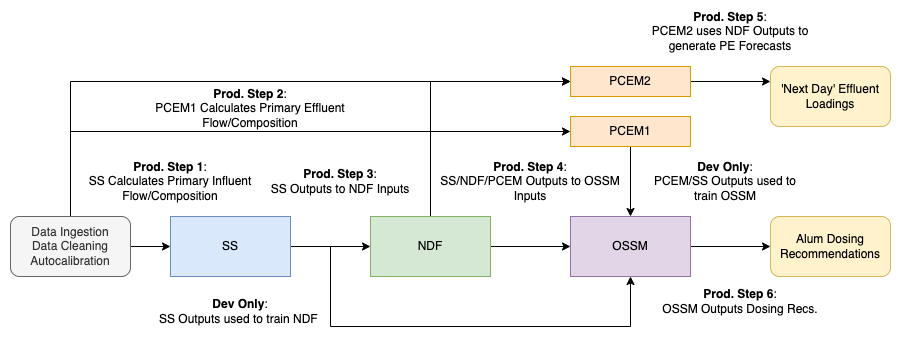
Before: figs/CWSODIN.drawio.png, a diagram exported from draw.io (maia-analytica/WRF-ODIN-CWS-Eval). Source tidied: cells renumbered, new cells last; positions are measured from the earlier drawing's top-left corner, leaving out a move shared by most shapes. Its diagram source:
```xml
<mxGraphModel>
  <root>
    <mxCell id="0" />
    <mxCell id="1" parent="0" />
    <mxCell id="2" style="edgeStyle=orthogonalEdgeStyle;rounded=0;jettySize=auto;html=1;" parent="1" edge="1" source="5" target="8">
      <mxGeometry relative="1" as="geometry" />
    </mxCell>
    <mxCell id="3" style="edgeStyle=orthogonalEdgeStyle;rounded=0;jettySize=auto;html=1;entryX=0;entryY=0.5;entryDx=0;entryDy=0;" parent="1" edge="1" source="5" target="16">
      <mxGeometry relative="1" as="geometry">
        <Array as="points">
          <mxPoint x="60" y="115" />
        </Array>
      </mxGeometry>
    </mxCell>
    <mxCell id="4" style="edgeStyle=orthogonalEdgeStyle;rounded=0;jettySize=auto;html=1;entryX=0;entryY=0.5;entryDx=0;entryDy=0;" parent="1" edge="1" source="5" target="27">
      <mxGeometry relative="1" as="geometry">
        <Array as="points">
          <mxPoint x="60" y="65" />
        </Array>
      </mxGeometry>
    </mxCell>
    <mxCell id="5" value="Data Ingestion&lt;br&gt;Data Cleaning&lt;br&gt;Autocalibration" style="rounded=1;whiteSpace=wrap;html=1;fillColor=#f5f5f5;fontColor=#333333;strokeColor=#666666;" parent="1" vertex="1">
      <mxGeometry y="200" width="120" height="60" as="geometry" />
    </mxCell>
    <mxCell id="6" style="edgeStyle=orthogonalEdgeStyle;rounded=0;jettySize=auto;html=1;entryX=0;entryY=0.5;entryDx=0;entryDy=0;" parent="1" edge="1" source="8" target="11">
      <mxGeometry relative="1" as="geometry" />
    </mxCell>
    <mxCell id="7" style="edgeStyle=orthogonalEdgeStyle;rounded=0;jettySize=auto;html=1;entryX=0.5;entryY=1;entryDx=0;entryDy=0;" parent="1" edge="1" target="13">
      <mxGeometry relative="1" as="geometry">
        <mxPoint x="320" y="230" as="sourcePoint" />
        <Array as="points">
          <mxPoint x="320" y="310" />
          <mxPoint x="620" y="310" />
        </Array>
      </mxGeometry>
    </mxCell>
    <mxCell id="8" value="SS" style="rounded=0;whiteSpace=wrap;html=1;fillColor=#dae8fc;strokeColor=#6c8ebf;" parent="1" vertex="1">
      <mxGeometry x="160" y="200" width="120" height="60" as="geometry" />
    </mxCell>
    <mxCell id="9" style="edgeStyle=orthogonalEdgeStyle;rounded=0;jettySize=auto;html=1;entryX=0;entryY=0.5;entryDx=0;entryDy=0;" parent="1" edge="1" source="11" target="13">
      <mxGeometry relative="1" as="geometry" />
    </mxCell>
    <mxCell id="10" style="edgeStyle=orthogonalEdgeStyle;rounded=0;jettySize=auto;html=1;entryX=0;entryY=0.5;entryDx=0;entryDy=0;" parent="1" edge="1" source="11" target="27">
      <mxGeometry relative="1" as="geometry">
        <Array as="points">
          <mxPoint x="420" y="65" />
        </Array>
      </mxGeometry>
    </mxCell>
    <mxCell id="11" value="NDF" style="rounded=0;whiteSpace=wrap;html=1;fillColor=#d5e8d4;strokeColor=#82b366;" parent="1" vertex="1">
      <mxGeometry x="360" y="200" width="120" height="60" as="geometry" />
    </mxCell>
    <mxCell id="12" style="edgeStyle=orthogonalEdgeStyle;rounded=0;jettySize=auto;html=1;entryX=0;entryY=0.5;entryDx=0;entryDy=0;" parent="1" edge="1" source="13" target="14">
      <mxGeometry relative="1" as="geometry" />
    </mxCell>
    <mxCell id="13" value="OSSM" style="rounded=0;whiteSpace=wrap;html=1;fillColor=#e1d5e7;strokeColor=#9673a6;" parent="1" vertex="1">
      <mxGeometry x="560" y="200" width="120" height="60" as="geometry" />
    </mxCell>
    <mxCell id="14" value="Alum Dosing Recommendations" style="rounded=1;whiteSpace=wrap;html=1;fillColor=#fff2cc;strokeColor=#d6b656;" parent="1" vertex="1">
      <mxGeometry x="760" y="200" width="120" height="60" as="geometry" />
    </mxCell>
    <mxCell id="15" style="edgeStyle=orthogonalEdgeStyle;rounded=0;jettySize=auto;html=1;entryX=0.5;entryY=0;entryDx=0;entryDy=0;" parent="1" edge="1" source="16" target="13">
      <mxGeometry relative="1" as="geometry" />
    </mxCell>
    <mxCell id="16" value="PCEM1" style="rounded=0;whiteSpace=wrap;html=1;fillColor=#ffe6cc;strokeColor=#d79b00;" parent="1" vertex="1">
      <mxGeometry x="560" y="100" width="120" height="30" as="geometry" />
    </mxCell>
    <mxCell id="17" value="'Next Day' Effluent Loadings" style="rounded=1;whiteSpace=wrap;html=1;fillColor=#fff2cc;strokeColor=#d6b656;" parent="1" vertex="1">
      <mxGeometry x="760" y="50" width="120" height="60" as="geometry" />
    </mxCell>
    <mxCell id="18" value="&lt;b&gt;Prod. Step 3&lt;/b&gt;: &lt;br&gt;SS Outputs to NDF Inputs" style="text;html=1;strokeColor=none;fillColor=none;align=center;verticalAlign=middle;whiteSpace=wrap;rounded=0;" parent="1" vertex="1">
      <mxGeometry x="230" y="150" width="200" height="30" as="geometry" />
    </mxCell>
    <mxCell id="19" value="&lt;b&gt;Dev Only&lt;/b&gt;: &lt;br&gt;SS Outputs used to train NDF&amp;nbsp;" style="text;html=1;strokeColor=none;fillColor=none;align=center;verticalAlign=middle;whiteSpace=wrap;rounded=0;" parent="1" vertex="1">
      <mxGeometry x="130" y="280" width="200" height="30" as="geometry" />
    </mxCell>
    <mxCell id="20" value="&lt;b&gt;Prod. Step 4&lt;/b&gt;: &lt;br&gt;SS/NDF/PCEM Outputs to OSSM Inputs" style="text;html=1;strokeColor=none;fillColor=none;align=center;verticalAlign=middle;whiteSpace=wrap;rounded=0;" parent="1" vertex="1">
      <mxGeometry x="420" y="150" width="200" height="30" as="geometry" />
    </mxCell>
    <mxCell id="21" value="&lt;b&gt;Prod. Step 1&lt;/b&gt;: &lt;br&gt;SS Calculates Primary Influent Flow/Composition" style="text;html=1;strokeColor=none;fillColor=none;align=center;verticalAlign=middle;whiteSpace=wrap;rounded=0;" parent="1" vertex="1">
      <mxGeometry x="60" y="150" width="200" height="30" as="geometry" />
    </mxCell>
    <mxCell id="22" value="&lt;b&gt;Prod. Step 2&lt;/b&gt;: &lt;br&gt;PCEM1 Calculates Primary Effluent Flow/Composition" style="text;html=1;strokeColor=none;fillColor=none;align=center;verticalAlign=middle;whiteSpace=wrap;rounded=0;" parent="1" vertex="1">
      <mxGeometry x="140" y="77" width="200" height="30" as="geometry" />
    </mxCell>
    <mxCell id="23" value="&lt;b&gt;Prod. Step 6&lt;/b&gt;: &lt;br&gt;OSSM Outputs Dosing Recs." style="text;html=1;strokeColor=none;fillColor=none;align=center;verticalAlign=middle;whiteSpace=wrap;rounded=0;" parent="1" vertex="1">
      <mxGeometry x="630" y="270" width="200" height="30" as="geometry" />
    </mxCell>
    <mxCell id="24" value="&lt;b&gt;Prod. Step 5&lt;/b&gt;: &lt;br&gt;PCEM2 uses NDF Outputs to generate PE Forecasts" style="text;html=1;strokeColor=none;fillColor=none;align=center;verticalAlign=middle;whiteSpace=wrap;rounded=0;" parent="1" vertex="1">
      <mxGeometry x="620" width="200" height="30" as="geometry" />
    </mxCell>
    <mxCell id="25" value="&lt;b&gt;Dev Only&lt;/b&gt;: &lt;br&gt;PCEM/SS Outputs used to train OSSM" style="text;html=1;strokeColor=none;fillColor=none;align=center;verticalAlign=middle;whiteSpace=wrap;rounded=0;" parent="1" vertex="1">
      <mxGeometry x="640" y="150" width="150" height="30" as="geometry" />
    </mxCell>
    <mxCell id="26" style="edgeStyle=orthogonalEdgeStyle;rounded=0;jettySize=auto;html=1;entryX=0;entryY=0.25;entryDx=0;entryDy=0;" parent="1" edge="1" source="27" target="17">
      <mxGeometry relative="1" as="geometry" />
    </mxCell>
    <mxCell id="27" value="PCEM2" style="rounded=0;whiteSpace=wrap;html=1;fillColor=#ffe6cc;strokeColor=#d79b00;" parent="1" vertex="1">
      <mxGeometry x="560" y="50" width="120" height="30" as="geometry" />
    </mxCell>
  </root>
</mxGraphModel>
```
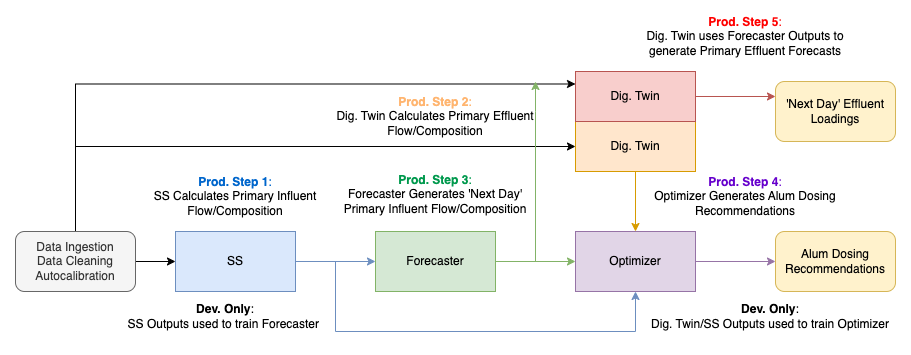
Later version of the same file.

Diff of the diagram source:
```diff
@@ -2,7 +2,7 @@
   <root>
     <mxCell id="0" />
     <mxCell id="1" parent="0" />
-    <mxCell id="2" style="edgeStyle=orthogonalEdgeStyle;rounded=0;jettySize=auto;html=1;" parent="1" edge="1" source="5" target="8">
+    <mxCell id="2" style="edgeStyle=orthogonalEdgeStyle;rounded=0;jettySize=auto;html=1;fillColor=#dae8fc;strokeColor=#000000;" parent="1" edge="1" source="5" target="8">
       <mxGeometry relative="1" as="geometry" />
     </mxCell>
     <mxCell id="3" style="edgeStyle=orthogonalEdgeStyle;rounded=0;jettySize=auto;html=1;entryX=0;entryY=0.5;entryDx=0;entryDy=0;" parent="1" edge="1" source="5" target="16">
@@ -12,91 +12,90 @@
         </Array>
       </mxGeometry>
     </mxCell>
-    <mxCell id="4" style="edgeStyle=orthogonalEdgeStyle;rounded=0;jettySize=auto;html=1;entryX=0;entryY=0.5;entryDx=0;entryDy=0;" parent="1" edge="1" source="5" target="27">
+    <mxCell id="4" style="edgeStyle=orthogonalEdgeStyle;rounded=0;jettySize=auto;html=1;entryX=0;entryY=0.25;entryDx=0;entryDy=0;" parent="1" edge="1" source="5" target="27">
       <mxGeometry relative="1" as="geometry">
         <Array as="points">
-          <mxPoint x="60" y="65" />
+          <mxPoint x="60" y="53" />
         </Array>
       </mxGeometry>
     </mxCell>
     <mxCell id="5" value="Data Ingestion&lt;br&gt;Data Cleaning&lt;br&gt;Autocalibration" style="rounded=1;whiteSpace=wrap;html=1;fillColor=#f5f5f5;fontColor=#333333;strokeColor=#666666;" parent="1" vertex="1">
       <mxGeometry y="200" width="120" height="60" as="geometry" />
     </mxCell>
-    <mxCell id="6" style="edgeStyle=orthogonalEdgeStyle;rounded=0;jettySize=auto;html=1;entryX=0;entryY=0.5;entryDx=0;entryDy=0;" parent="1" edge="1" source="8" target="11">
+    <mxCell id="6" style="edgeStyle=orthogonalEdgeStyle;rounded=0;jettySize=auto;html=1;entryX=0;entryY=0.5;entryDx=0;entryDy=0;fillColor=#dae8fc;strokeColor=#6c8ebf;" parent="1" edge="1" source="8" target="11">
       <mxGeometry relative="1" as="geometry" />
     </mxCell>
-    <mxCell id="7" style="edgeStyle=orthogonalEdgeStyle;rounded=0;jettySize=auto;html=1;entryX=0.5;entryY=1;entryDx=0;entryDy=0;" parent="1" edge="1" target="13">
+    <mxCell id="7" style="edgeStyle=orthogonalEdgeStyle;rounded=0;jettySize=auto;html=1;entryX=0.5;entryY=1;entryDx=0;entryDy=0;fillColor=#dae8fc;strokeColor=#6c8ebf;" parent="1" edge="1" target="13">
       <mxGeometry relative="1" as="geometry">
         <mxPoint x="320" y="230" as="sourcePoint" />
         <Array as="points">
-          <mxPoint x="320" y="310" />
-          <mxPoint x="620" y="310" />
+          <mxPoint x="320" y="300" />
+          <mxPoint x="620" y="300" />
         </Array>
       </mxGeometry>
     </mxCell>
     <mxCell id="8" value="SS" style="rounded=0;whiteSpace=wrap;html=1;fillColor=#dae8fc;strokeColor=#6c8ebf;" parent="1" vertex="1">
       <mxGeometry x="160" y="200" width="120" height="60" as="geometry" />
     </mxCell>
-    <mxCell id="9" style="edgeStyle=orthogonalEdgeStyle;rounded=0;jettySize=auto;html=1;entryX=0;entryY=0.5;entryDx=0;entryDy=0;" parent="1" edge="1" source="11" target="13">
+    <mxCell id="9" style="edgeStyle=orthogonalEdgeStyle;rounded=0;jettySize=auto;html=1;entryX=0;entryY=0.5;entryDx=0;entryDy=0;fillColor=#d5e8d4;strokeColor=#82b366;" parent="1" edge="1" source="11" target="13">
       <mxGeometry relative="1" as="geometry" />
     </mxCell>
-    <mxCell id="10" style="edgeStyle=orthogonalEdgeStyle;rounded=0;jettySize=auto;html=1;entryX=0;entryY=0.5;entryDx=0;entryDy=0;" parent="1" edge="1" source="11" target="27">
-      <mxGeometry relative="1" as="geometry">
-        <Array as="points">
-          <mxPoint x="420" y="65" />
-        </Array>
-      </mxGeometry>
-    </mxCell>
+    <mxCell id="28" style="edgeStyle=orthogonalEdgeStyle;rounded=0;orthogonalLoop=1;jettySize=auto;html=1;fillColor=#d5e8d4;strokeColor=#82b366;" parent="1" edge="1">
+      <mxGeometry relative="1" as="geometry">
+        <mxPoint x="520" y="230" as="sourcePoint" />
+        <mxPoint x="520" y="50" as="targetPoint" />
+        <Array as="points">
+          <mxPoint x="520" y="80" />
+        </Array>
+      </mxGeometry>
+    </mxCell>
-    <mxCell id="11" value="NDF" style="rounded=0;whiteSpace=wrap;html=1;fillColor=#d5e8d4;strokeColor=#82b366;" parent="1" vertex="1">
+    <mxCell id="11" value="Forecaster" style="rounded=0;whiteSpace=wrap;html=1;fillColor=#d5e8d4;strokeColor=#82b366;" parent="1" vertex="1">
       <mxGeometry x="360" y="200" width="120" height="60" as="geometry" />
     </mxCell>
-    <mxCell id="12" style="edgeStyle=orthogonalEdgeStyle;rounded=0;jettySize=auto;html=1;entryX=0;entryY=0.5;entryDx=0;entryDy=0;" parent="1" edge="1" source="13" target="14">
+    <mxCell id="12" style="edgeStyle=orthogonalEdgeStyle;rounded=0;jettySize=auto;html=1;entryX=0;entryY=0.5;entryDx=0;entryDy=0;fillColor=#e1d5e7;strokeColor=#9673a6;" parent="1" edge="1" source="13" target="14">
       <mxGeometry relative="1" as="geometry" />
     </mxCell>
-    <mxCell id="13" value="OSSM" style="rounded=0;whiteSpace=wrap;html=1;fillColor=#e1d5e7;strokeColor=#9673a6;" parent="1" vertex="1">
+    <mxCell id="13" value="Optimizer" style="rounded=0;whiteSpace=wrap;html=1;fillColor=#e1d5e7;strokeColor=#9673a6;" parent="1" vertex="1">
       <mxGeometry x="560" y="200" width="120" height="60" as="geometry" />
     </mxCell>
     <mxCell id="14" value="Alum Dosing Recommendations" style="rounded=1;whiteSpace=wrap;html=1;fillColor=#fff2cc;strokeColor=#d6b656;" parent="1" vertex="1">
       <mxGeometry x="760" y="200" width="120" height="60" as="geometry" />
     </mxCell>
-    <mxCell id="15" style="edgeStyle=orthogonalEdgeStyle;rounded=0;jettySize=auto;html=1;entryX=0.5;entryY=0;entryDx=0;entryDy=0;" parent="1" edge="1" source="16" target="13">
+    <mxCell id="15" style="edgeStyle=orthogonalEdgeStyle;rounded=0;jettySize=auto;html=1;entryX=0.5;entryY=0;entryDx=0;entryDy=0;fillColor=#ffe6cc;strokeColor=#d79b00;" parent="1" edge="1" source="16" target="13">
       <mxGeometry relative="1" as="geometry" />
     </mxCell>
-    <mxCell id="16" value="PCEM1" style="rounded=0;whiteSpace=wrap;html=1;fillColor=#ffe6cc;strokeColor=#d79b00;" parent="1" vertex="1">
-      <mxGeometry x="560" y="100" width="120" height="30" as="geometry" />
+    <mxCell id="16" value="Dig. Twin" style="rounded=0;whiteSpace=wrap;html=1;fillColor=#ffe6cc;strokeColor=#d79b00;" parent="1" vertex="1">
+      <mxGeometry x="560" y="90" width="120" height="50" as="geometry" />
     </mxCell>
     <mxCell id="17" value="'Next Day' Effluent Loadings" style="rounded=1;whiteSpace=wrap;html=1;fillColor=#fff2cc;strokeColor=#d6b656;" parent="1" vertex="1">
       <mxGeometry x="760" y="50" width="120" height="60" as="geometry" />
     </mxCell>
-    <mxCell id="18" value="&lt;b&gt;Prod. Step 3&lt;/b&gt;: &lt;br&gt;SS Outputs to NDF Inputs" style="text;html=1;strokeColor=none;fillColor=none;align=center;verticalAlign=middle;whiteSpace=wrap;rounded=0;" parent="1" vertex="1">
-      <mxGeometry x="230" y="150" width="200" height="30" as="geometry" />
+    <mxCell id="18" value="&lt;font color=&quot;#00994d&quot;&gt;&lt;b&gt;Prod. Step 3&lt;/b&gt;: &lt;/font&gt;&lt;br&gt;Forecaster Generates 'Next Day' Primary Influent Flow/Composition" style="text;html=1;strokeColor=none;fillColor=none;align=center;verticalAlign=middle;whiteSpace=wrap;rounded=0;" parent="1" vertex="1">
+      <mxGeometry x="320" y="148" width="200" height="30" as="geometry" />
     </mxCell>
-    <mxCell id="19" value="&lt;b&gt;Dev Only&lt;/b&gt;: &lt;br&gt;SS Outputs used to train NDF&amp;nbsp;" style="text;html=1;strokeColor=none;fillColor=none;align=center;verticalAlign=middle;whiteSpace=wrap;rounded=0;" parent="1" vertex="1">
-      <mxGeometry x="130" y="280" width="200" height="30" as="geometry" />
+    <mxCell id="19" value="&lt;b&gt;Dev. Only&lt;/b&gt;: &lt;br&gt;SS Outputs used to train Forecaster&amp;nbsp;" style="text;html=1;strokeColor=none;fillColor=none;align=center;verticalAlign=middle;whiteSpace=wrap;rounded=0;" parent="1" vertex="1">
+      <mxGeometry x="110" y="270" width="200" height="30" as="geometry" />
     </mxCell>
-    <mxCell id="20" value="&lt;b&gt;Prod. Step 4&lt;/b&gt;: &lt;br&gt;SS/NDF/PCEM Outputs to OSSM Inputs" style="text;html=1;strokeColor=none;fillColor=none;align=center;verticalAlign=middle;whiteSpace=wrap;rounded=0;" parent="1" vertex="1">
-      <mxGeometry x="420" y="150" width="200" height="30" as="geometry" />
+    <mxCell id="20" value="&lt;font color=&quot;#6600cc&quot;&gt;&lt;b&gt;Prod. Step 4&lt;/b&gt;: &lt;/font&gt;&lt;br&gt;Optimizer Generates Alum Dosing Recommendations" style="text;html=1;strokeColor=none;fillColor=none;align=center;verticalAlign=middle;whiteSpace=wrap;rounded=0;" parent="1" vertex="1">
+      <mxGeometry x="630" y="150" width="200" height="30" as="geometry" />
     </mxCell>
-    <mxCell id="21" value="&lt;b&gt;Prod. Step 1&lt;/b&gt;: &lt;br&gt;SS Calculates Primary Influent Flow/Composition" style="text;html=1;strokeColor=none;fillColor=none;align=center;verticalAlign=middle;whiteSpace=wrap;rounded=0;" parent="1" vertex="1">
-      <mxGeometry x="60" y="150" width="200" height="30" as="geometry" />
+    <mxCell id="21" value="&lt;font color=&quot;#0066cc&quot;&gt;&lt;b&gt;Prod. Step 1&lt;/b&gt;: &lt;br&gt;&lt;/font&gt;SS Calculates Primary Influent Flow/Composition" style="text;html=1;strokeColor=none;fillColor=none;align=center;verticalAlign=middle;whiteSpace=wrap;rounded=0;" parent="1" vertex="1">
+      <mxGeometry x="120" y="150" width="200" height="30" as="geometry" />
     </mxCell>
-    <mxCell id="22" value="&lt;b&gt;Prod. Step 2&lt;/b&gt;: &lt;br&gt;PCEM1 Calculates Primary Effluent Flow/Composition" style="text;html=1;strokeColor=none;fillColor=none;align=center;verticalAlign=middle;whiteSpace=wrap;rounded=0;" parent="1" vertex="1">
-      <mxGeometry x="140" y="77" width="200" height="30" as="geometry" />
+    <mxCell id="22" value="&lt;font color=&quot;#ffb570&quot;&gt;&lt;b&gt;Prod. Step 2&lt;/b&gt;: &lt;/font&gt;&lt;br&gt;Dig. Twin Calculates Primary Effluent Flow/Composition" style="text;html=1;strokeColor=none;fillColor=none;align=center;verticalAlign=middle;whiteSpace=wrap;rounded=0;" parent="1" vertex="1">
+      <mxGeometry x="320" y="70" width="200" height="30" as="geometry" />
     </mxCell>
-    <mxCell id="23" value="&lt;b&gt;Prod. Step 6&lt;/b&gt;: &lt;br&gt;OSSM Outputs Dosing Recs." style="text;html=1;strokeColor=none;fillColor=none;align=center;verticalAlign=middle;whiteSpace=wrap;rounded=0;" parent="1" vertex="1">
-      <mxGeometry x="630" y="270" width="200" height="30" as="geometry" />
-    </mxCell>
-    <mxCell id="24" value="&lt;b&gt;Prod. Step 5&lt;/b&gt;: &lt;br&gt;PCEM2 uses NDF Outputs to generate PE Forecasts" style="text;html=1;strokeColor=none;fillColor=none;align=center;verticalAlign=middle;whiteSpace=wrap;rounded=0;" parent="1" vertex="1">
-      <mxGeometry x="620" width="200" height="30" as="geometry" />
+    <mxCell id="24" value="&lt;font color=&quot;#ff0000&quot;&gt;&lt;b&gt;Prod. Step 5&lt;/b&gt;: &lt;/font&gt;&lt;br&gt;Dig. Twin uses Forecaster Outputs to generate Primary Effluent Forecasts" style="text;html=1;strokeColor=none;fillColor=none;align=center;verticalAlign=middle;whiteSpace=wrap;rounded=0;" parent="1" vertex="1">
+      <mxGeometry x="630" y="-10" width="200" height="30" as="geometry" />
     </mxCell>
-    <mxCell id="25" value="&lt;b&gt;Dev Only&lt;/b&gt;: &lt;br&gt;PCEM/SS Outputs used to train OSSM" style="text;html=1;strokeColor=none;fillColor=none;align=center;verticalAlign=middle;whiteSpace=wrap;rounded=0;" parent="1" vertex="1">
-      <mxGeometry x="640" y="150" width="150" height="30" as="geometry" />
+    <mxCell id="25" value="&lt;b&gt;Dev. Only&lt;/b&gt;: &lt;br&gt;Dig. Twin/SS Outputs used to train Optimizer" style="text;html=1;strokeColor=none;fillColor=none;align=center;verticalAlign=middle;whiteSpace=wrap;rounded=0;" parent="1" vertex="1">
+      <mxGeometry x="630" y="270" width="250" height="30" as="geometry" />
     </mxCell>
-    <mxCell id="26" style="edgeStyle=orthogonalEdgeStyle;rounded=0;jettySize=auto;html=1;entryX=0;entryY=0.25;entryDx=0;entryDy=0;" parent="1" edge="1" source="27" target="17">
+    <mxCell id="26" style="edgeStyle=orthogonalEdgeStyle;rounded=0;jettySize=auto;html=1;entryX=0;entryY=0.25;entryDx=0;entryDy=0;fillColor=#f8cecc;strokeColor=#b85450;" parent="1" edge="1" source="27" target="17">
       <mxGeometry relative="1" as="geometry" />
     </mxCell>
-    <mxCell id="27" value="PCEM2" style="rounded=0;whiteSpace=wrap;html=1;fillColor=#ffe6cc;strokeColor=#d79b00;" parent="1" vertex="1">
-      <mxGeometry x="560" y="50" width="120" height="30" as="geometry" />
+    <mxCell id="27" value="Dig. Twin" style="rounded=0;whiteSpace=wrap;html=1;fillColor=#f8cecc;strokeColor=#b85450;" parent="1" vertex="1">
+      <mxGeometry x="560" y="40" width="120" height="50" as="geometry" />
     </mxCell>
   </root>
 </mxGraphModel>
```
